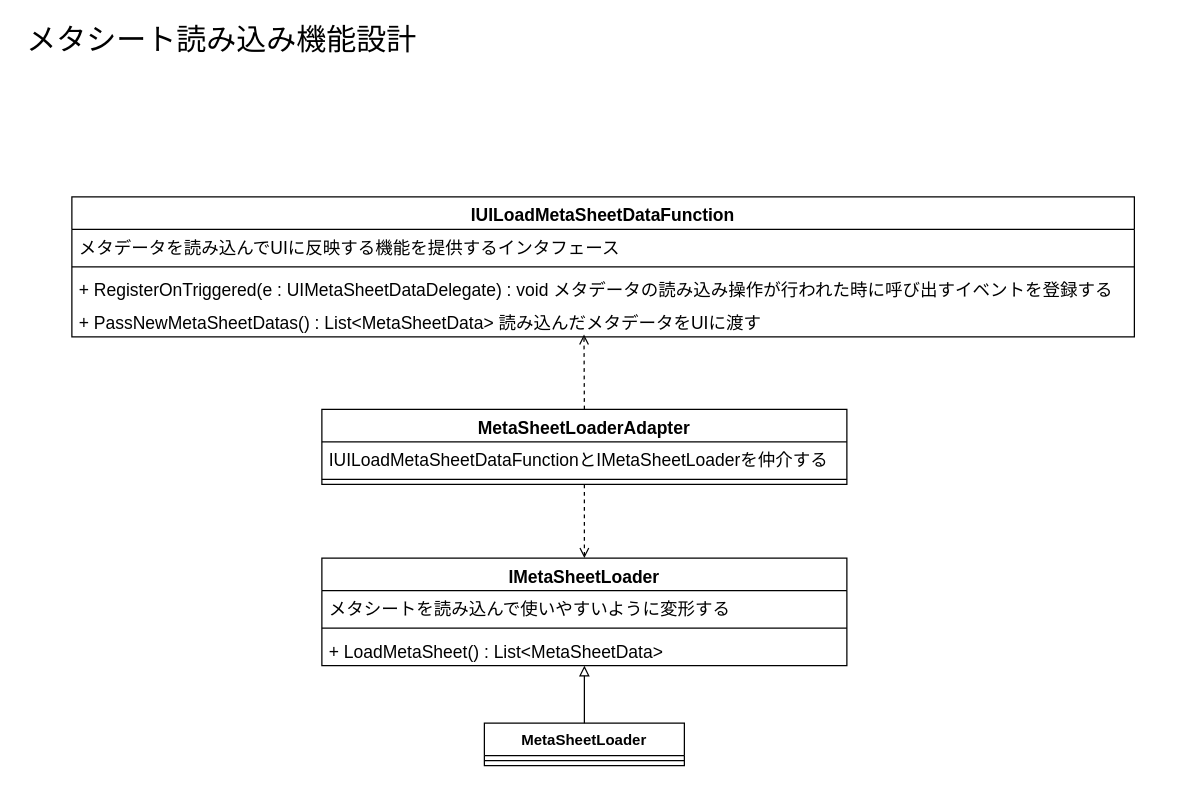
Earlier version of the draw.io diagram Designs/メタシート読み込み機能設計.drawio (Dumble009/GoogleDriveDownloader). Source tidied: cells renumbered, new cells numbered last; positions are measured from the earlier drawing's top-left corner, leaving out a move shared by most shapes. Both pictures are drawn from the tidied source at 125%, with x=0, y=0 at pixel (21, 21).
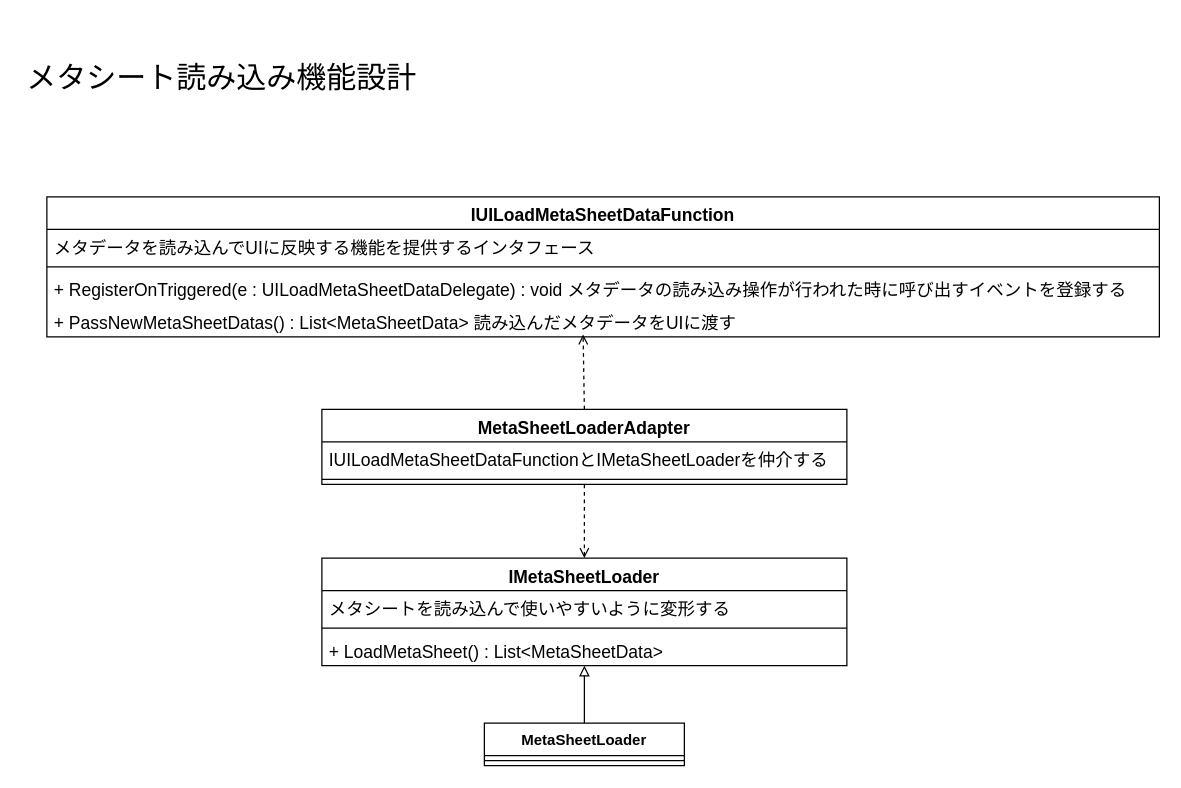
The same diagram, later.

Commit message (it also covers changes not shown here):
UIからメタシートデータの読み込み操作が行われた際に呼び出されるデリゲートの名称を変更

Change to the diagram source:
```diff
@@
     <mxCell id="4" value="メタシート読み込み機能設計" style="text;html=1;strokeColor=none;fillColor=none;align=center;verticalAlign=middle;whiteSpace=wrap;rounded=0;fontSize=24;" parent="1" vertex="1">
-      <mxGeometry width="320" height="30" as="geometry" />
+      <mxGeometry y="30" width="320" height="30" as="geometry" />
     </mxCell>
@@
     <mxCell id="8" value="IUILoadMetaSheetDataFunction" style="swimlane;fontStyle=1;align=center;verticalAlign=top;horizontal=1;startSize=26;fontSize=14;" parent="1" vertex="1">
-      <mxGeometry x="40" y="140" width="850" height="112" as="geometry" />
+      <mxGeometry x="20" y="140" width="890" height="112" as="geometry" />
     </mxCell>
     <mxCell id="9" value="メタデータを読み込んでUIに反映する機能を提供するインタフェース" style="text;strokeColor=none;fillColor=none;align=left;verticalAlign=top;spacingLeft=4;spacingRight=4;overflow=hidden;fontSize=14;" parent="8" vertex="1">
-      <mxGeometry y="26" width="850" height="26" as="geometry" />
+      <mxGeometry y="26" width="890" height="26" as="geometry" />
     </mxCell>
     <mxCell id="10" style="line;strokeWidth=1;fillColor=none;align=left;verticalAlign=middle;spacingTop=-1;spacingLeft=3;spacingRight=3;labelPosition=right;fontSize=24;" parent="8" vertex="1">
-      <mxGeometry y="52" width="850" height="8" as="geometry" />
+      <mxGeometry y="52" width="890" height="8" as="geometry" />
     </mxCell>
-    <mxCell id="11" value="+ RegisterOnTriggered(e : UIMetaSheetDataDelegate) : void メタデータの読み込み操作が行われた時に呼び出すイベントを登録する" style="text;strokeColor=none;fillColor=none;align=left;verticalAlign=top;spacingLeft=4;spacingRight=4;overflow=hidden;fontSize=14;" parent="8" vertex="1">
-      <mxGeometry y="60" width="850" height="26" as="geometry" />
+    <mxCell id="11" value="+ RegisterOnTriggered(e : UILoadMetaSheetDataDelegate) : void メタデータの読み込み操作が行われた時に呼び出すイベントを登録する" style="text;strokeColor=none;fillColor=none;align=left;verticalAlign=top;spacingLeft=4;spacingRight=4;overflow=hidden;fontSize=14;" parent="8" vertex="1">
+      <mxGeometry y="60" width="890" height="26" as="geometry" />
     </mxCell>
     <mxCell id="12" value="+ PassNewMetaSheetDatas() : List&lt;MetaSheetData&gt; 読み込んだメタデータをUIに渡す" style="text;strokeColor=none;fillColor=none;align=left;verticalAlign=top;spacingLeft=4;spacingRight=4;overflow=hidden;points=[[0,0.5],[1,0.5]];portConstraint=eastwest;fontSize=14;" parent="8" vertex="1">
-      <mxGeometry y="86" width="850" height="26" as="geometry" />
+      <mxGeometry y="86" width="890" height="26" as="geometry" />
     </mxCell>
```
